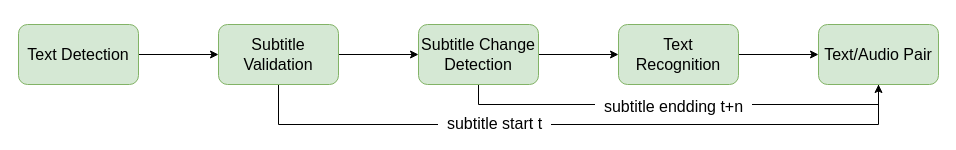
The draw.io diagram wenetspeech_ocr.drawio in robin1001/draw.io, before the edit. Source tidied: cells renumbered, new cells numbered last; positions are measured from the earlier drawing's top-left corner, leaving out a move shared by most shapes. Both pictures are drawn from the tidied source at 100%, with x=0, y=0 at pixel (18, 24).
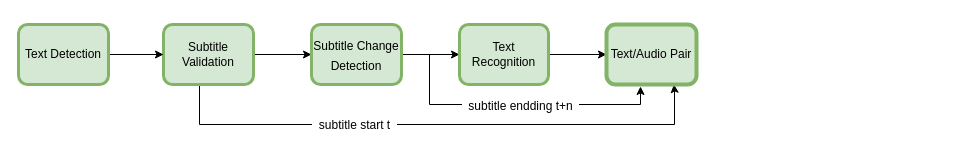
The same page after the edit.

Diff of the diagram source:
```diff
@@
-    <mxCell id="3" style="edgeStyle=orthogonalEdgeStyle;rounded=0;jettySize=auto;html=1;entryX=0.5;entryY=1;entryDx=0;entryDy=0;" parent="1" edge="1" source="5" target="14">
+    <mxCell id="3" style="edgeStyle=orthogonalEdgeStyle;rounded=0;jettySize=auto;html=1;entryX=0.75;entryY=1;entryDx=0;entryDy=0;" parent="1" edge="1" source="5" target="14">
       <mxGeometry relative="1" as="geometry">
         <Array as="points">
-          <mxPoint x="260" y="100" />
-          <mxPoint x="860" y="100" />
+          <mxPoint x="181" y="100" />
+          <mxPoint x="656" y="100" />
+          <mxPoint x="656" y="66" />
         </Array>
       </mxGeometry>
     </mxCell>
-    <mxCell id="4" value="&lt;font style=&quot;font-size: 16px&quot;&gt;&amp;nbsp; subtitle start t&amp;nbsp;&amp;nbsp;&lt;/font&gt;" style="edgeLabel;html=1;align=center;verticalAlign=middle;fontSize=16;" parent="3" vertex="1">
+    <mxCell id="4" value="&lt;font style=&quot;font-size: 12px&quot;&gt;&amp;nbsp; subtitle start t&amp;nbsp;&amp;nbsp;&lt;/font&gt;" style="edgeLabel;html=1;align=center;verticalAlign=middle;fontSize=16;" parent="3" vertex="1">
       <mxGeometry x="-0.02" y="-1" relative="1" as="geometry">
         <mxPoint x="-78" y="-3" as="offset" />
       </mxGeometry>
     </mxCell>
-    <mxCell id="5" value="&lt;font style=&quot;font-size: 16px&quot;&gt;Subtitle Validation&lt;/font&gt;" style="rounded=1;whiteSpace=wrap;html=1;fillColor=#d5e8d4;strokeColor=#82b366;" parent="1" vertex="1">
-      <mxGeometry x="200" width="120" height="60" as="geometry" />
+    <mxCell id="5" value="&lt;font style=&quot;font-size: 12px&quot;&gt;Subtitle Validation&lt;/font&gt;" style="rounded=1;whiteSpace=wrap;html=1;fillColor=#d5e8d4;strokeColor=#82b366;strokeWidth=3;" parent="1" vertex="1">
+      <mxGeometry x="145" width="90" height="60" as="geometry" />
     </mxCell>
@@
-    <mxCell id="7" value="&lt;font style=&quot;font-size: 16px&quot;&gt;Text Detection&lt;/font&gt;" style="rounded=1;whiteSpace=wrap;html=1;fillColor=#d5e8d4;strokeColor=#82b366;" parent="1" vertex="1">
-      <mxGeometry width="120" height="60" as="geometry" />
+    <mxCell id="7" value="&lt;font style=&quot;font-size: 12px&quot;&gt;Text Detection&lt;/font&gt;" style="rounded=1;whiteSpace=wrap;html=1;fillColor=#d5e8d4;strokeColor=#82b366;strokeWidth=3;" parent="1" vertex="1">
+      <mxGeometry width="90" height="60" as="geometry" />
     </mxCell>
@@
-    <mxCell id="9" style="edgeStyle=orthogonalEdgeStyle;rounded=0;jettySize=auto;html=1;entryX=0.5;entryY=0;entryDx=0;entryDy=0;" parent="1" edge="1" source="11" target="14">
+    <mxCell id="9" style="edgeStyle=orthogonalEdgeStyle;rounded=0;jettySize=auto;html=1;entryX=0.378;entryY=1.033;entryDx=0;entryDy=0;entryPerimeter=0;" parent="1" edge="1" source="11" target="14">
       <mxGeometry relative="1" as="geometry">
         <Array as="points">
-          <mxPoint x="460" y="80" />
-          <mxPoint x="860" y="80" />
+          <mxPoint x="411" y="30" />
+          <mxPoint x="411" y="80" />
+          <mxPoint x="622" y="80" />
         </Array>
       </mxGeometry>
     </mxCell>
-    <mxCell id="10" value="&lt;font style=&quot;font-size: 16px&quot;&gt;&amp;nbsp; subtitle endding t+n&amp;nbsp;&amp;nbsp;&lt;/font&gt;" style="edgeLabel;html=1;align=center;verticalAlign=middle;fontSize=16;" parent="9" vertex="1">
+    <mxCell id="10" value="&lt;font style=&quot;font-size: 12px&quot;&gt;&amp;nbsp; subtitle endding t+n&amp;nbsp;&amp;nbsp;&lt;/font&gt;" style="edgeLabel;html=1;align=center;verticalAlign=middle;fontSize=16;" parent="9" vertex="1">
       <mxGeometry x="-0.09" y="-1" relative="1" as="geometry">
-        <mxPoint x="-14" as="offset" />
+        <mxPoint x="28" y="-2" as="offset" />
       </mxGeometry>
     </mxCell>
-    <mxCell id="11" value="&lt;font style=&quot;font-size: 16px;&quot;&gt;Subtitle Change Detection&lt;/font&gt;" style="rounded=1;whiteSpace=wrap;html=1;fillColor=#d5e8d4;strokeColor=#82b366;fontSize=16;" parent="1" vertex="1">
-      <mxGeometry x="400" width="120" height="60" as="geometry" />
+    <mxCell id="11" value="&lt;font style=&quot;font-size: 12px&quot;&gt;Subtitle Change Detection&lt;/font&gt;" style="rounded=1;whiteSpace=wrap;html=1;fillColor=#d5e8d4;strokeColor=#82b366;fontSize=16;strokeWidth=3;" parent="1" vertex="1">
+      <mxGeometry x="293" width="90" height="60" as="geometry" />
     </mxCell>
@@
-    <mxCell id="13" value="&lt;font style=&quot;font-size: 16px&quot;&gt;Text Recognition&lt;/font&gt;" style="rounded=1;whiteSpace=wrap;html=1;fillColor=#d5e8d4;strokeColor=#82b366;" parent="1" vertex="1">
-      <mxGeometry x="600" width="120" height="60" as="geometry" />
+    <mxCell id="13" value="&lt;font style=&quot;font-size: 12px&quot;&gt;Text Recognition&lt;/font&gt;" style="rounded=1;whiteSpace=wrap;html=1;fillColor=#d5e8d4;strokeColor=#82b366;strokeWidth=3;" parent="1" vertex="1">
+      <mxGeometry x="441" width="89" height="60" as="geometry" />
     </mxCell>
-    <mxCell id="14" value="&lt;font style=&quot;font-size: 16px&quot;&gt;Text/Audio Pair&lt;/font&gt;" style="rounded=1;whiteSpace=wrap;html=1;fillColor=#d5e8d4;strokeColor=#82b366;" parent="1" vertex="1">
-      <mxGeometry x="800" width="120" height="60" as="geometry" />
+    <mxCell id="14" value="&lt;font style=&quot;font-size: 12px&quot;&gt;Text/Audio Pair&lt;/font&gt;" style="rounded=1;whiteSpace=wrap;html=1;fillColor=#d5e8d4;strokeColor=#82b366;strokeWidth=4;" parent="1" vertex="1">
+      <mxGeometry x="588" width="90" height="60" as="geometry" />
     </mxCell>
```
